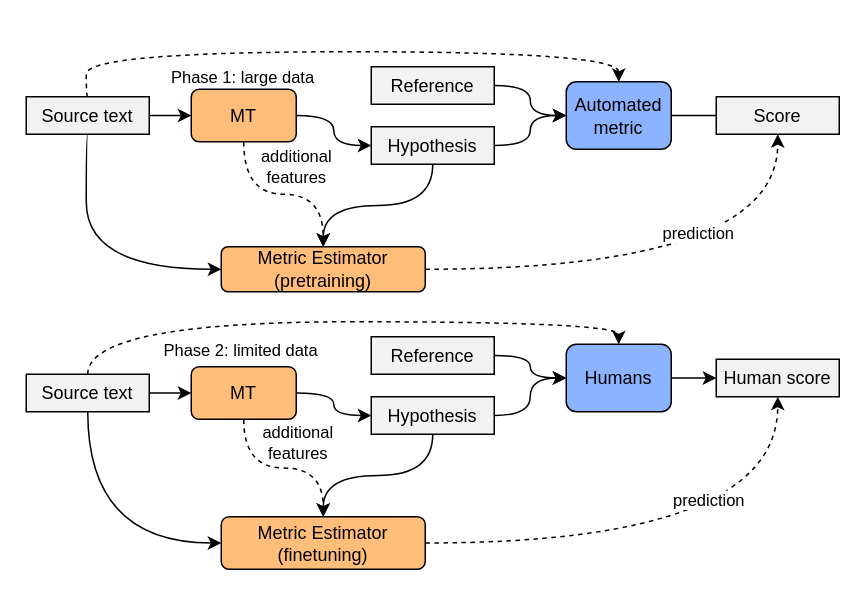
Above: meta/pipeline.drawio in zouharvi/mt-metric-estimation (draw.io), before the change. Source tidied: cells renumbered, new cells numbered last; positions are measured from the earlier drawing's top-left corner, leaving out a move shared by most shapes. Both pictures are drawn from the tidied source at 150%, with x=0, y=0 at pixel (26, 51).
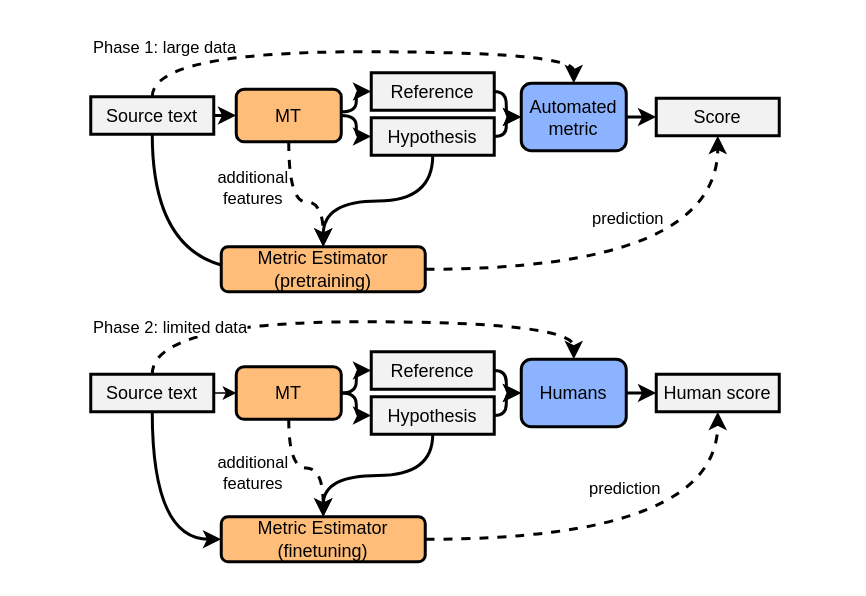
Above is the later version.

Diff of the diagram source:
```diff
@@
-    <mxCell id="2" style="edgeStyle=none;rounded=0;jettySize=auto;html=1;" parent="1" edge="1" source="5" target="10">
+    <mxCell id="2" style="edgeStyle=none;rounded=0;jettySize=auto;html=1;strokeWidth=2;" parent="1" edge="1" source="5" target="10">
       <mxGeometry relative="1" as="geometry" />
     </mxCell>
-    <mxCell id="3" style="edgeStyle=orthogonalEdgeStyle;rounded=0;jettySize=auto;html=1;entryX=0;entryY=0.5;entryDx=0;entryDy=0;curved=1;exitX=0.5;exitY=1;exitDx=0;exitDy=0;" parent="1" edge="1" source="5" target="13">
+    <mxCell id="3" style="edgeStyle=orthogonalEdgeStyle;rounded=0;jettySize=auto;html=1;entryX=0;entryY=0.5;entryDx=0;entryDy=0;curved=1;exitX=0.5;exitY=1;exitDx=0;exitDy=0;strokeWidth=2;" parent="1" edge="1" source="5">
       <mxGeometry relative="1" as="geometry">
+        <mxPoint x="160" y="145" as="targetPoint" />
         <Array as="points">
-          <mxPoint x="40" y="55" />
-          <mxPoint x="40" y="145" />
+          <mxPoint x="84" y="145" />
         </Array>
       </mxGeometry>
     </mxCell>
-    <mxCell id="4" style="edgeStyle=orthogonalEdgeStyle;curved=1;rounded=0;jettySize=auto;html=1;entryX=0.5;entryY=0;entryDx=0;entryDy=0;dashed=1;exitX=0.5;exitY=0;exitDx=0;exitDy=0;" parent="1" edge="1" source="5" target="20">
+    <mxCell id="4" style="edgeStyle=orthogonalEdgeStyle;curved=1;rounded=0;jettySize=auto;html=1;entryX=0.5;entryY=0;entryDx=0;entryDy=0;dashed=1;exitX=0.5;exitY=0;exitDx=0;exitDy=0;strokeWidth=2;" parent="1" edge="1" source="5" target="20">
       <mxGeometry relative="1" as="geometry">
         <Array as="points">
-          <mxPoint x="40" y="30" />
-          <mxPoint x="40" />
-          <mxPoint x="395" />
+          <mxPoint x="84" />
+          <mxPoint x="365" />
         </Array>
       </mxGeometry>
     </mxCell>
-    <mxCell id="5" value="&lt;span style=&quot;font-size: 12px;&quot;&gt;Source text&lt;/span&gt;" style="rounded=0;whiteSpace=wrap;html=1;fontSize=10.5;fillColor=#F2F2F2;" parent="1" vertex="1">
-      <mxGeometry y="30" width="82" height="25" as="geometry" />
+    <mxCell id="5" value="&lt;span style=&quot;font-size: 12px;&quot;&gt;Source text&lt;/span&gt;" style="rounded=0;whiteSpace=wrap;html=1;fontSize=10.5;fillColor=#F2F2F2;strokeWidth=2;" parent="1" vertex="1">
+      <mxGeometry x="43" y="30" width="82" height="25" as="geometry" />
     </mxCell>
-    <mxCell id="6" style="edgeStyle=orthogonalEdgeStyle;rounded=0;jettySize=auto;html=1;curved=1;" parent="1" edge="1" source="10" target="16">
-      <mxGeometry relative="1" as="geometry" />
-    </mxCell>
-    <mxCell id="7" style="edgeStyle=orthogonalEdgeStyle;curved=1;rounded=0;jettySize=auto;html=1;entryX=0.5;entryY=0;entryDx=0;entryDy=0;dashed=1;" parent="1" edge="1" source="10" target="13">
-      <mxGeometry relative="1" as="geometry" />
+    <mxCell id="7" style="edgeStyle=orthogonalEdgeStyle;curved=1;rounded=0;jettySize=auto;html=1;entryX=0.5;entryY=0;entryDx=0;entryDy=0;dashed=1;strokeWidth=2;" parent="1" edge="1" source="10" target="13">
+      <mxGeometry relative="1" as="geometry">
+        <Array as="points">
+          <mxPoint x="175" y="100" />
+          <mxPoint x="198" y="100" />
+        </Array>
+      </mxGeometry>
     </mxCell>
     <mxCell id="8" value="additional&lt;br&gt;features" style="edgeLabel;html=1;align=center;verticalAlign=middle;" parent="7" vertex="1">
       <mxGeometry x="0.21" y="-5" relative="1" as="geometry">
-        <mxPoint x="-5" y="-24" as="offset" />
+        <mxPoint x="-41" y="-15" as="offset" />
       </mxGeometry>
     </mxCell>
     <mxCell id="9" value="additional&lt;br&gt;features" style="edgeLabel;html=1;align=center;verticalAlign=middle;" parent="7" vertex="1">
       <mxGeometry x="0.21" y="-5" relative="1" as="geometry">
-        <mxPoint x="-4" y="160" as="offset" />
+        <mxPoint x="-41" y="175" as="offset" />
       </mxGeometry>
     </mxCell>
+    <mxCell id="6" style="edgeStyle=orthogonalEdgeStyle;curved=1;rounded=0;jettySize=auto;html=1;entryX=0;entryY=0.5;entryDx=0;entryDy=0;strokeWidth=2;" parent="1" edge="1" source="10" target="16">
+      <mxGeometry relative="1" as="geometry">
+        <Array as="points">
+          <mxPoint x="220" y="42" />
+          <mxPoint x="220" y="57" />
+        </Array>
+      </mxGeometry>
+    </mxCell>
+    <mxCell id="42" style="edgeStyle=orthogonalEdgeStyle;rounded=0;jettySize=auto;html=1;entryX=0;entryY=0.5;entryDx=0;entryDy=0;curved=1;strokeWidth=2;" parent="1" edge="1" source="10" target="18">
+      <mxGeometry relative="1" as="geometry">
+        <Array as="points">
+          <mxPoint x="220" y="40" />
+          <mxPoint x="220" y="27" />
+        </Array>
+      </mxGeometry>
+    </mxCell>
-    <mxCell id="10" value="MT" style="rounded=1;whiteSpace=wrap;html=1;fillColor=#FFBD7A;" parent="1" vertex="1">
-      <mxGeometry x="110" y="25" width="70" height="35" as="geometry" />
+    <mxCell id="10" value="MT" style="rounded=1;whiteSpace=wrap;html=1;fillColor=#FFBD7A;strokeWidth=2;" parent="1" vertex="1">
+      <mxGeometry x="140" y="25" width="70" height="35" as="geometry" />
     </mxCell>
-    <mxCell id="11" style="edgeStyle=orthogonalEdgeStyle;curved=1;rounded=0;jettySize=auto;html=1;entryX=0.5;entryY=1;entryDx=0;entryDy=0;dashed=1;" parent="1" edge="1" source="13" target="21">
+    <mxCell id="11" style="edgeStyle=orthogonalEdgeStyle;curved=1;rounded=0;jettySize=auto;html=1;entryX=0.5;entryY=1;entryDx=0;entryDy=0;dashed=1;strokeWidth=2;" parent="1" edge="1" source="13" target="21">
       <mxGeometry relative="1" as="geometry" />
     </mxCell>
     <mxCell id="12" value="prediction" style="edgeLabel;html=1;align=center;verticalAlign=middle;" parent="11" vertex="1">
       <mxGeometry x="0.07" y="25" relative="1" as="geometry">
-        <mxPoint x="7" as="offset" />
+        <mxPoint x="-18" y="-10" as="offset" />
       </mxGeometry>
     </mxCell>
-    <mxCell id="13" value="Metric Estimator&lt;br&gt;(pretraining)" style="rounded=1;whiteSpace=wrap;html=1;fillColor=#FFBD7A;" parent="1" vertex="1">
+    <mxCell id="13" value="Metric Estimator&lt;br&gt;(pretraining)" style="rounded=1;whiteSpace=wrap;html=1;fillColor=#FFBD7A;strokeWidth=2;" parent="1" vertex="1">
       <mxGeometry x="130" y="130" width="136" height="30" as="geometry" />
     </mxCell>
+    <mxCell id="15" style="edgeStyle=orthogonalEdgeStyle;curved=1;rounded=0;jettySize=auto;html=1;strokeWidth=2;" parent="1" edge="1" source="16" target="13">
+      <mxGeometry relative="1" as="geometry" />
+    </mxCell>
-    <mxCell id="14" style="edgeStyle=orthogonalEdgeStyle;rounded=0;jettySize=auto;html=1;curved=1;" parent="1" edge="1" source="16" target="20">
-      <mxGeometry relative="1" as="geometry" />
+    <mxCell id="14" style="edgeStyle=orthogonalEdgeStyle;curved=1;rounded=0;jettySize=auto;html=1;entryX=0;entryY=0.5;entryDx=0;entryDy=0;strokeWidth=2;" parent="1" edge="1" source="16" target="20">
+      <mxGeometry relative="1" as="geometry">
+        <Array as="points">
+          <mxPoint x="320" y="57" />
+          <mxPoint x="320" y="44" />
+        </Array>
+      </mxGeometry>
     </mxCell>
-    <mxCell id="15" style="edgeStyle=orthogonalEdgeStyle;curved=1;rounded=0;jettySize=auto;html=1;" parent="1" edge="1" source="16" target="13">
-      <mxGeometry relative="1" as="geometry" />
-    </mxCell>
-    <mxCell id="16" value="&lt;span style=&quot;font-size: 12px;&quot;&gt;Hypothesis&lt;/span&gt;" style="rounded=0;whiteSpace=wrap;html=1;fontSize=10.5;fillColor=#F2F2F2;" parent="1" vertex="1">
-      <mxGeometry x="230" y="50" width="82" height="25" as="geometry" />
+    <mxCell id="16" value="&lt;span style=&quot;font-size: 12px;&quot;&gt;Hypothesis&lt;/span&gt;" style="rounded=0;whiteSpace=wrap;html=1;fontSize=10.5;fillColor=#F2F2F2;strokeWidth=2;" parent="1" vertex="1">
+      <mxGeometry x="230" y="44" width="82" height="25" as="geometry" />
     </mxCell>
-    <mxCell id="17" style="rounded=0;jettySize=auto;html=1;edgeStyle=orthogonalEdgeStyle;curved=1;" parent="1" edge="1" source="18" target="20">
-      <mxGeometry relative="1" as="geometry" />
+    <mxCell id="17" style="edgeStyle=orthogonalEdgeStyle;curved=1;rounded=0;jettySize=auto;html=1;entryX=0;entryY=0.5;entryDx=0;entryDy=0;strokeWidth=2;" parent="1" edge="1" source="18" target="20">
+      <mxGeometry relative="1" as="geometry">
+        <Array as="points">
+          <mxPoint x="320" y="27" />
+          <mxPoint x="320" y="44" />
+        </Array>
+      </mxGeometry>
     </mxCell>
-    <mxCell id="18" value="&lt;span style=&quot;font-size: 12px;&quot;&gt;Reference&lt;/span&gt;" style="rounded=0;whiteSpace=wrap;html=1;fontSize=10.5;fillColor=#F2F2F2;" parent="1" vertex="1">
-      <mxGeometry x="230" y="10" width="82" height="25" as="geometry" />
+    <mxCell id="18" value="&lt;span style=&quot;font-size: 12px;&quot;&gt;Reference&lt;/span&gt;" style="rounded=0;whiteSpace=wrap;html=1;fontSize=10.5;fillColor=#F2F2F2;strokeWidth=2;" parent="1" vertex="1">
+      <mxGeometry x="230" y="14" width="82" height="25" as="geometry" />
     </mxCell>
-    <mxCell id="19" style="edgeStyle=none;rounded=0;jettySize=auto;html=1;" parent="1" edge="1" source="20">
-      <mxGeometry relative="1" as="geometry">
-        <mxPoint x="470" y="42.5" as="targetPoint" />
-      </mxGeometry>
-    </mxCell>
+    <mxCell id="43" style="edgeStyle=orthogonalEdgeStyle;rounded=0;jettySize=auto;html=1;entryX=0;entryY=0.5;entryDx=0;entryDy=0;curved=1;strokeWidth=2;" parent="1" edge="1" source="20" target="21">
+      <mxGeometry relative="1" as="geometry" />
+    </mxCell>
-    <mxCell id="20" value="Automated&lt;br&gt;metric" style="rounded=1;whiteSpace=wrap;html=1;fillColor=#8CB3FF;" parent="1" vertex="1">
-      <mxGeometry x="360" y="20" width="70" height="45" as="geometry" />
+    <mxCell id="20" value="Automated&lt;br&gt;metric" style="rounded=1;whiteSpace=wrap;html=1;fillColor=#8CB3FF;strokeWidth=2;" parent="1" vertex="1">
+      <mxGeometry x="330" y="21" width="70" height="45" as="geometry" />
     </mxCell>
-    <mxCell id="21" value="&lt;span style=&quot;font-size: 12px;&quot;&gt;Score&lt;/span&gt;" style="rounded=0;whiteSpace=wrap;html=1;fontSize=10.5;fillColor=#F2F2F2;" parent="1" vertex="1">
-      <mxGeometry x="460" y="30" width="82" height="25" as="geometry" />
+    <mxCell id="21" value="&lt;span style=&quot;font-size: 12px;&quot;&gt;Score&lt;/span&gt;" style="rounded=0;whiteSpace=wrap;html=1;fontSize=10.5;fillColor=#F2F2F2;strokeWidth=2;" parent="1" vertex="1">
+      <mxGeometry x="420" y="31" width="82" height="25" as="geometry" />
     </mxCell>
-    <mxCell id="22" style="edgeStyle=orthogonalEdgeStyle;curved=1;rounded=0;jettySize=auto;html=1;dashed=1;" parent="1" edge="1" source="24" target="36">
+    <mxCell id="22" style="edgeStyle=orthogonalEdgeStyle;curved=1;rounded=0;jettySize=auto;html=1;dashed=1;strokeWidth=2;" parent="1" edge="1" source="24" target="36">
       <mxGeometry relative="1" as="geometry" />
     </mxCell>
     <mxCell id="23" value="prediction" style="edgeLabel;html=1;align=center;verticalAlign=middle;" parent="22" vertex="1">
-      <mxGeometry x="0.13" y="29" relative="1" as="geometry" />
+      <mxGeometry x="0.13" y="29" relative="1" as="geometry">
+        <mxPoint x="-26" y="-6" as="offset" />
+      </mxGeometry>
     </mxCell>
-    <mxCell id="24" value="Metric Estimator&lt;br&gt;(finetuning)" style="rounded=1;whiteSpace=wrap;html=1;fillColor=#FFBD7A;" parent="1" vertex="1">
-      <mxGeometry x="130" y="310" width="136" height="35" as="geometry" />
+    <mxCell id="24" value="Metric Estimator&lt;br&gt;(finetuning)" style="rounded=1;whiteSpace=wrap;html=1;fillColor=#FFBD7A;strokeWidth=2;" parent="1" vertex="1">
+      <mxGeometry x="130" y="310" width="136" height="30" as="geometry" />
     </mxCell>
-    <mxCell id="25" style="edgeStyle=orthogonalEdgeStyle;curved=1;rounded=0;jettySize=auto;html=1;entryX=0;entryY=0.5;entryDx=0;entryDy=0;" parent="1" edge="1" source="26" target="35">
-      <mxGeometry relative="1" as="geometry" />
+    <mxCell id="25" style="edgeStyle=orthogonalEdgeStyle;curved=1;rounded=0;jettySize=auto;html=1;entryX=0;entryY=0.5;entryDx=0;entryDy=0;strokeWidth=2;" parent="1" edge="1" source="26" target="35">
+      <mxGeometry relative="1" as="geometry">
+        <Array as="points">
+          <mxPoint x="320" y="213" />
+          <mxPoint x="320" y="228" />
+        </Array>
+      </mxGeometry>
     </mxCell>
-    <mxCell id="26" value="&lt;span style=&quot;font-size: 12px;&quot;&gt;Reference&lt;/span&gt;" style="rounded=0;whiteSpace=wrap;html=1;fontSize=10.5;fillColor=#F2F2F2;" parent="1" vertex="1">
-      <mxGeometry x="230" y="190" width="82" height="25" as="geometry" />
+    <mxCell id="26" value="&lt;span style=&quot;font-size: 12px;&quot;&gt;Reference&lt;/span&gt;" style="rounded=0;whiteSpace=wrap;html=1;fontSize=10.5;fillColor=#F2F2F2;strokeWidth=2;" parent="1" vertex="1">
+      <mxGeometry x="230" y="200" width="82" height="25" as="geometry" />
     </mxCell>
+    <mxCell id="28" style="edgeStyle=orthogonalEdgeStyle;curved=1;rounded=0;jettySize=auto;html=1;strokeWidth=2;" parent="1" edge="1" source="29" target="24">
+      <mxGeometry relative="1" as="geometry" />
+    </mxCell>
-    <mxCell id="27" style="edgeStyle=orthogonalEdgeStyle;curved=1;rounded=0;jettySize=auto;html=1;" parent="1" edge="1" source="29" target="35">
-      <mxGeometry relative="1" as="geometry" />
+    <mxCell id="27" style="edgeStyle=orthogonalEdgeStyle;curved=1;rounded=0;jettySize=auto;html=1;entryX=0;entryY=0.5;entryDx=0;entryDy=0;strokeWidth=2;" parent="1" edge="1" source="29" target="35">
+      <mxGeometry relative="1" as="geometry">
+        <Array as="points">
+          <mxPoint x="320" y="243" />
+          <mxPoint x="320" y="228" />
+        </Array>
+      </mxGeometry>
     </mxCell>
-    <mxCell id="28" style="edgeStyle=orthogonalEdgeStyle;curved=1;rounded=0;jettySize=auto;html=1;" parent="1" edge="1" source="29" target="24">
-      <mxGeometry relative="1" as="geometry" />
-    </mxCell>
-    <mxCell id="29" value="&lt;span style=&quot;font-size: 12px;&quot;&gt;Hypothesis&lt;/span&gt;" style="rounded=0;whiteSpace=wrap;html=1;fontSize=10.5;fillColor=#F2F2F2;" parent="1" vertex="1">
+    <mxCell id="29" value="&lt;span style=&quot;font-size: 12px;&quot;&gt;Hypothesis&lt;/span&gt;" style="rounded=0;whiteSpace=wrap;html=1;fontSize=10.5;fillColor=#F2F2F2;strokeWidth=2;" parent="1" vertex="1">
       <mxGeometry x="230" y="230" width="82" height="25" as="geometry" />
     </mxCell>
-    <mxCell id="30" style="edgeStyle=orthogonalEdgeStyle;curved=1;rounded=0;jettySize=auto;html=1;entryX=0;entryY=0.5;entryDx=0;entryDy=0;exitX=0.5;exitY=1;exitDx=0;exitDy=0;" parent="1" edge="1" source="33" target="24">
+    <mxCell id="30" style="edgeStyle=orthogonalEdgeStyle;curved=1;rounded=0;jettySize=auto;html=1;entryX=0;entryY=0.5;entryDx=0;entryDy=0;exitX=0.5;exitY=1;exitDx=0;exitDy=0;strokeWidth=2;" parent="1" edge="1" source="33" target="24">
       <mxGeometry relative="1" as="geometry">
         <Array as="points">
-          <mxPoint x="41" y="328" />
+          <mxPoint x="84" y="325" />
         </Array>
       </mxGeometry>
     </mxCell>
@@
-    <mxCell id="32" style="edgeStyle=orthogonalEdgeStyle;curved=1;rounded=0;jettySize=auto;html=1;entryX=0.5;entryY=0;entryDx=0;entryDy=0;dashed=1;" parent="1" edge="1" source="33" target="35">
+    <mxCell id="32" style="edgeStyle=orthogonalEdgeStyle;curved=1;rounded=0;jettySize=auto;html=1;entryX=0.5;entryY=0;entryDx=0;entryDy=0;dashed=1;strokeWidth=2;" parent="1" edge="1" source="33" target="35">
       <mxGeometry relative="1" as="geometry">
         <Array as="points">
-          <mxPoint x="41" y="180" />
-          <mxPoint x="395" y="180" />
+          <mxPoint x="84" y="180" />
+          <mxPoint x="365" y="180" />
         </Array>
       </mxGeometry>
     </mxCell>
-    <mxCell id="33" value="&lt;span style=&quot;font-size: 12px;&quot;&gt;Source text&lt;/span&gt;" style="rounded=0;whiteSpace=wrap;html=1;fontSize=10.5;fillColor=#F2F2F2;" parent="1" vertex="1">
-      <mxGeometry y="215" width="82" height="25" as="geometry" />
+    <mxCell id="33" value="&lt;span style=&quot;font-size: 12px;&quot;&gt;Source text&lt;/span&gt;" style="rounded=0;whiteSpace=wrap;html=1;fontSize=10.5;fillColor=#F2F2F2;strokeWidth=2;" parent="1" vertex="1">
+      <mxGeometry x="43" y="215" width="82" height="25" as="geometry" />
     </mxCell>
-    <mxCell id="34" style="edgeStyle=orthogonalEdgeStyle;curved=1;rounded=0;jettySize=auto;html=1;entryX=0;entryY=0.5;entryDx=0;entryDy=0;" parent="1" edge="1" source="35" target="36">
+    <mxCell id="34" style="edgeStyle=orthogonalEdgeStyle;curved=1;rounded=0;jettySize=auto;html=1;entryX=0;entryY=0.5;entryDx=0;entryDy=0;strokeWidth=2;" parent="1" edge="1" source="35" target="36">
       <mxGeometry relative="1" as="geometry" />
     </mxCell>
-    <mxCell id="35" value="Humans" style="rounded=1;whiteSpace=wrap;html=1;fillColor=#8CB3FF;" parent="1" vertex="1">
-      <mxGeometry x="360" y="195" width="70" height="45" as="geometry" />
+    <mxCell id="35" value="Humans" style="rounded=1;whiteSpace=wrap;html=1;fillColor=#8CB3FF;strokeWidth=2;" parent="1" vertex="1">
+      <mxGeometry x="330" y="205" width="70" height="45" as="geometry" />
     </mxCell>
-    <mxCell id="36" value="&lt;span style=&quot;font-size: 12px;&quot;&gt;Human score&lt;/span&gt;" style="rounded=0;whiteSpace=wrap;html=1;fontSize=10.5;fillColor=#F2F2F2;" parent="1" vertex="1">
-      <mxGeometry x="460" y="205" width="82" height="25" as="geometry" />
+    <mxCell id="36" value="&lt;span style=&quot;font-size: 12px;&quot;&gt;Human score&lt;/span&gt;" style="rounded=0;whiteSpace=wrap;html=1;fontSize=10.5;fillColor=#F2F2F2;strokeWidth=2;" parent="1" vertex="1">
+      <mxGeometry x="420" y="215" width="82" height="25" as="geometry" />
     </mxCell>
+    <mxCell id="38" style="edgeStyle=orthogonalEdgeStyle;curved=1;rounded=0;jettySize=auto;html=1;entryX=0.5;entryY=0;entryDx=0;entryDy=0;dashed=1;strokeWidth=2;" parent="1" edge="1" source="39" target="24">
+      <mxGeometry relative="1" as="geometry" />
+    </mxCell>
-    <mxCell id="37" style="edgeStyle=orthogonalEdgeStyle;curved=1;rounded=0;jettySize=auto;html=1;entryX=0;entryY=0.5;entryDx=0;entryDy=0;" parent="1" edge="1" source="39" target="29">
-      <mxGeometry relative="1" as="geometry" />
+    <mxCell id="37" style="edgeStyle=orthogonalEdgeStyle;curved=1;rounded=0;jettySize=auto;html=1;entryX=0;entryY=0.5;entryDx=0;entryDy=0;strokeWidth=2;" parent="1" edge="1" source="39" target="29">
+      <mxGeometry relative="1" as="geometry">
+        <Array as="points">
+          <mxPoint x="220" y="228" />
+          <mxPoint x="220" y="243" />
+        </Array>
+      </mxGeometry>
     </mxCell>
-    <mxCell id="38" style="edgeStyle=orthogonalEdgeStyle;curved=1;rounded=0;jettySize=auto;html=1;entryX=0.5;entryY=0;entryDx=0;entryDy=0;dashed=1;" parent="1" edge="1" source="39" target="24">
-      <mxGeometry relative="1" as="geometry" />
-    </mxCell>
+    <mxCell id="44" style="edgeStyle=orthogonalEdgeStyle;curved=1;rounded=0;jettySize=auto;html=1;entryX=0;entryY=0.5;entryDx=0;entryDy=0;strokeWidth=2;" parent="1" edge="1" source="39" target="26">
+      <mxGeometry relative="1" as="geometry">
+        <Array as="points">
+          <mxPoint x="220" y="228" />
+          <mxPoint x="220" y="213" />
+        </Array>
+      </mxGeometry>
+    </mxCell>
-    <mxCell id="39" value="MT" style="rounded=1;whiteSpace=wrap;html=1;fillColor=#FFBD7A;" parent="1" vertex="1">
-      <mxGeometry x="110" y="210" width="70" height="35" as="geometry" />
+    <mxCell id="39" value="MT" style="rounded=1;whiteSpace=wrap;html=1;fillColor=#FFBD7A;strokeWidth=2;" parent="1" vertex="1">
+      <mxGeometry x="140" y="210" width="70" height="35" as="geometry" />
     </mxCell>
     <mxCell id="40" value="&lt;span style=&quot;color: rgb(0, 0, 0); font-family: Helvetica; font-size: 11px; font-style: normal; font-variant-ligatures: normal; font-variant-caps: normal; font-weight: 400; letter-spacing: normal; orphans: 2; text-align: left; text-indent: 0px; text-transform: none; widows: 2; word-spacing: 0px; -webkit-text-stroke-width: 0px; background-color: rgb(255, 255, 255); text-decoration-thickness: initial; text-decoration-style: initial; text-decoration-color: initial; float: none; display: inline !important;&quot;&gt;Phase 2: limited data&lt;/span&gt;" style="text;whiteSpace=wrap;html=1;" parent="1" vertex="1">
-      <mxGeometry x="90" y="185" width="140" height="20" as="geometry" />
+      <mxGeometry x="43" y="170" width="140" height="20" as="geometry" />
     </mxCell>
     <mxCell id="41" value="&lt;span style=&quot;color: rgb(0, 0, 0); font-family: Helvetica; font-size: 11px; font-style: normal; font-variant-ligatures: normal; font-variant-caps: normal; font-weight: 400; letter-spacing: normal; orphans: 2; text-align: left; text-indent: 0px; text-transform: none; widows: 2; word-spacing: 0px; -webkit-text-stroke-width: 0px; background-color: rgb(255, 255, 255); text-decoration-thickness: initial; text-decoration-style: initial; text-decoration-color: initial; float: none; display: inline !important;&quot;&gt;Phase 1: large data&lt;/span&gt;" style="text;whiteSpace=wrap;html=1;" parent="1" vertex="1">
-      <mxGeometry x="95" y="2.5" width="105" height="27.5" as="geometry" />
+      <mxGeometry x="43" y="-17.5" width="105" height="27.5" as="geometry" />
     </mxCell>
```
